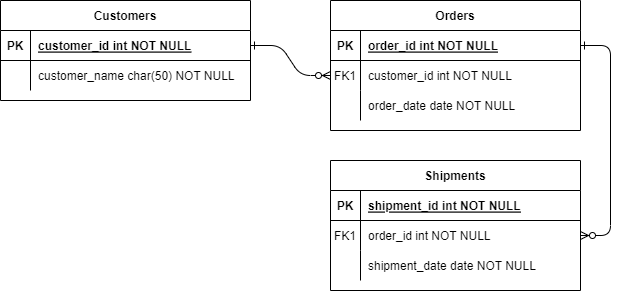
Earlier version of the draw.io export test Diagram.drawio.png (shenyuedong/chapter1). Source tidied: cells renumbered, new cells last; positions are measured from the earlier drawing's top-left corner, leaving out a move shared by most shapes. Source of this version:
```xml
<mxGraphModel>
  <root>
    <mxCell id="0" />
    <mxCell id="1" parent="0" />
    <mxCell id="2" style="edgeStyle=entityRelationEdgeStyle;endArrow=ERzeroToMany;startArrow=ERone;endFill=1;startFill=0;" parent="1" edge="1" source="25" target="8">
      <mxGeometry relative="1" as="geometry" />
    </mxCell>
    <mxCell id="3" style="edgeStyle=entityRelationEdgeStyle;endArrow=ERzeroToMany;startArrow=ERone;endFill=1;startFill=0;" parent="1" edge="1" source="5" target="18">
      <mxGeometry relative="1" as="geometry" />
    </mxCell>
    <mxCell id="4" value="Orders" style="shape=table;startSize=30;rowLines=0;fontStyle=1;align=center;" parent="1" vertex="1">
      <mxGeometry x="330" width="250" height="130" as="geometry" />
    </mxCell>
    <mxCell id="5" style="shape=partialRectangle;fillColor=none;points=[[0,0.5],[1,0.5]];portConstraint=eastwest;top=0;left=0;right=0;bottom=1;" parent="4" vertex="1">
      <mxGeometry y="30" width="250" height="30" as="geometry" />
    </mxCell>
    <mxCell id="6" value="PK" style="shape=partialRectangle;overflow=hidden;fillColor=none;top=0;left=0;bottom=0;right=0;fontStyle=1;" parent="5" vertex="1">
      <mxGeometry width="30" height="30" as="geometry" />
    </mxCell>
    <mxCell id="7" value="order_id int NOT NULL " style="shape=partialRectangle;overflow=hidden;fillColor=none;top=0;left=0;bottom=0;right=0;align=left;spacingLeft=6;fontStyle=5;" parent="5" vertex="1">
      <mxGeometry x="30" width="220" height="30" as="geometry" />
    </mxCell>
    <mxCell id="8" style="shape=partialRectangle;fillColor=none;points=[[0,0.5],[1,0.5]];portConstraint=eastwest;top=0;left=0;right=0;bottom=0;" parent="4" vertex="1">
      <mxGeometry y="60" width="250" height="30" as="geometry" />
    </mxCell>
    <mxCell id="9" value="FK1" style="shape=partialRectangle;overflow=hidden;fillColor=none;top=0;left=0;bottom=0;right=0;" parent="8" vertex="1">
      <mxGeometry width="30" height="30" as="geometry" />
    </mxCell>
    <mxCell id="10" value="customer_id int NOT NULL" style="shape=partialRectangle;overflow=hidden;fillColor=none;top=0;left=0;bottom=0;right=0;align=left;spacingLeft=6;" parent="8" vertex="1">
      <mxGeometry x="30" width="220" height="30" as="geometry" />
    </mxCell>
    <mxCell id="11" style="shape=partialRectangle;fillColor=none;points=[[0,0.5],[1,0.5]];portConstraint=eastwest;top=0;left=0;right=0;bottom=0;" parent="4" vertex="1">
      <mxGeometry y="90" width="250" height="30" as="geometry" />
    </mxCell>
    <mxCell id="12" style="shape=partialRectangle;overflow=hidden;fillColor=none;top=0;left=0;bottom=0;right=0;" parent="11" vertex="1">
      <mxGeometry width="30" height="30" as="geometry" />
    </mxCell>
    <mxCell id="13" value="order_date date NOT NULL" style="shape=partialRectangle;overflow=hidden;fillColor=none;top=0;left=0;bottom=0;right=0;align=left;spacingLeft=6;" parent="11" vertex="1">
      <mxGeometry x="30" width="220" height="30" as="geometry" />
    </mxCell>
    <mxCell id="14" value="Shipments" style="shape=table;startSize=30;rowLines=0;fontStyle=1;align=center;" parent="1" vertex="1">
      <mxGeometry x="330" y="160" width="250" height="130" as="geometry" />
    </mxCell>
    <mxCell id="15" style="shape=partialRectangle;fillColor=none;top=0;left=0;right=0;bottom=1;" parent="14" vertex="1">
      <mxGeometry y="30" width="250" height="30" as="geometry" />
    </mxCell>
    <mxCell id="16" value="PK" style="shape=partialRectangle;overflow=hidden;fillColor=none;top=0;left=0;bottom=0;right=0;fontStyle=1;" parent="15" vertex="1">
      <mxGeometry width="30" height="30" as="geometry" />
    </mxCell>
    <mxCell id="17" value="shipment_id int NOT NULL " style="shape=partialRectangle;overflow=hidden;fillColor=none;top=0;left=0;bottom=0;right=0;align=left;spacingLeft=6;fontStyle=5;" parent="15" vertex="1">
      <mxGeometry x="30" width="220" height="30" as="geometry" />
    </mxCell>
    <mxCell id="18" style="shape=partialRectangle;fillColor=none;points=[[0,0.5],[1,0.5]];portConstraint=eastwest;top=0;left=0;right=0;bottom=0;" parent="14" vertex="1">
      <mxGeometry y="60" width="250" height="30" as="geometry" />
    </mxCell>
    <mxCell id="19" value="FK1" style="shape=partialRectangle;overflow=hidden;fillColor=none;top=0;left=0;bottom=0;right=0;" parent="18" vertex="1">
      <mxGeometry width="30" height="30" as="geometry" />
    </mxCell>
    <mxCell id="20" value="order_id int NOT NULL" style="shape=partialRectangle;overflow=hidden;fillColor=none;top=0;left=0;bottom=0;right=0;align=left;spacingLeft=6;" parent="18" vertex="1">
      <mxGeometry x="30" width="220" height="30" as="geometry" />
    </mxCell>
    <mxCell id="21" style="shape=partialRectangle;fillColor=none;top=0;left=0;right=0;bottom=0;" parent="14" vertex="1">
      <mxGeometry y="90" width="250" height="30" as="geometry" />
    </mxCell>
    <mxCell id="22" style="shape=partialRectangle;overflow=hidden;fillColor=none;top=0;left=0;bottom=0;right=0;" parent="21" vertex="1">
      <mxGeometry width="30" height="30" as="geometry" />
    </mxCell>
    <mxCell id="23" value="shipment_date date NOT NULL" style="shape=partialRectangle;overflow=hidden;fillColor=none;top=0;left=0;bottom=0;right=0;align=left;spacingLeft=6;" parent="21" vertex="1">
      <mxGeometry x="30" width="220" height="30" as="geometry" />
    </mxCell>
    <mxCell id="24" value="Customers" style="shape=table;startSize=30;rowLines=0;fontStyle=1;align=center;" parent="1" vertex="1">
      <mxGeometry width="250" height="100" as="geometry" />
    </mxCell>
    <mxCell id="25" style="shape=partialRectangle;fillColor=none;points=[[0,0.5],[1,0.5]];portConstraint=eastwest;top=0;left=0;right=0;bottom=1;" parent="24" vertex="1">
      <mxGeometry y="30" width="250" height="30" as="geometry" />
    </mxCell>
    <mxCell id="26" value="PK" style="shape=partialRectangle;overflow=hidden;fillColor=none;top=0;left=0;bottom=0;right=0;fontStyle=1;" parent="25" vertex="1">
      <mxGeometry width="30" height="30" as="geometry" />
    </mxCell>
    <mxCell id="27" value="customer_id int NOT NULL " style="shape=partialRectangle;overflow=hidden;fillColor=none;top=0;left=0;bottom=0;right=0;align=left;spacingLeft=6;fontStyle=5;" parent="25" vertex="1">
      <mxGeometry x="30" width="220" height="30" as="geometry" />
    </mxCell>
    <mxCell id="28" style="shape=partialRectangle;fillColor=none;points=[[0,0.5],[1,0.5]];portConstraint=eastwest;top=0;left=0;right=0;bottom=0;" parent="24" vertex="1">
      <mxGeometry y="60" width="250" height="30" as="geometry" />
    </mxCell>
    <mxCell id="29" style="shape=partialRectangle;overflow=hidden;fillColor=none;top=0;left=0;bottom=0;right=0;" parent="28" vertex="1">
      <mxGeometry width="30" height="30" as="geometry" />
    </mxCell>
    <mxCell id="30" value="customer_name char(50) NOT NULL" style="shape=partialRectangle;overflow=hidden;fillColor=none;top=0;left=0;bottom=0;right=0;align=left;spacingLeft=6;" parent="28" vertex="1">
      <mxGeometry x="30" width="220" height="30" as="geometry" />
    </mxCell>
  </root>
</mxGraphModel>
```
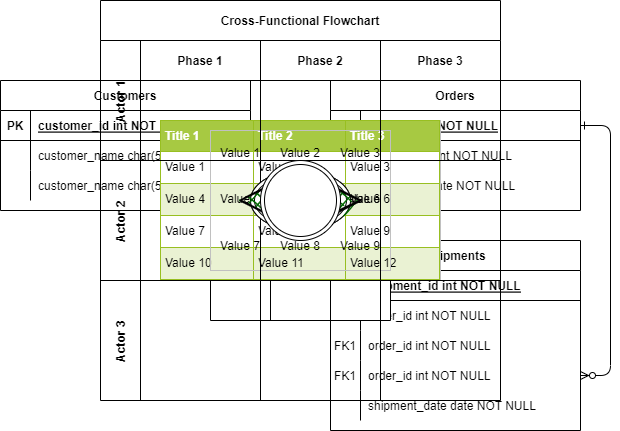
Later version of the same file.

The edit, as a diff of the source:
```diff
@@ -39,7 +39,7 @@
       <mxGeometry x="30" width="220" height="30" as="geometry" />
     </mxCell>
     <mxCell id="14" value="Shipments" style="shape=table;startSize=30;rowLines=0;fontStyle=1;align=center;" parent="1" vertex="1">
-      <mxGeometry x="330" y="160" width="250" height="130" as="geometry" />
+      <mxGeometry x="330" y="160" width="250" height="190" as="geometry" />
     </mxCell>
     <mxCell id="15" style="shape=partialRectangle;fillColor=none;top=0;left=0;right=0;bottom=1;" parent="14" vertex="1">
       <mxGeometry y="30" width="250" height="30" as="geometry" />
@@ -50,8 +50,26 @@
     <mxCell id="17" value="shipment_id int NOT NULL " style="shape=partialRectangle;overflow=hidden;fillColor=none;top=0;left=0;bottom=0;right=0;align=left;spacingLeft=6;fontStyle=5;" parent="15" vertex="1">
       <mxGeometry x="30" width="220" height="30" as="geometry" />
     </mxCell>
+    <mxCell id="31" style="shape=partialRectangle;fillColor=none;top=0;left=0;right=0;bottom=0;" parent="14" vertex="1">
+      <mxGeometry y="60" width="250" height="30" as="geometry" />
+    </mxCell>
+    <mxCell id="32" value="FK1" style="shape=partialRectangle;overflow=hidden;fillColor=none;top=0;left=0;bottom=0;right=0;" parent="31" vertex="1">
+      <mxGeometry width="30" height="30" as="geometry" />
+    </mxCell>
+    <mxCell id="33" value="order_id int NOT NULL" style="shape=partialRectangle;overflow=hidden;fillColor=none;top=0;left=0;bottom=0;right=0;align=left;spacingLeft=6;" parent="31" vertex="1">
+      <mxGeometry x="30" width="220" height="30" as="geometry" />
+    </mxCell>
+    <mxCell id="34" style="shape=partialRectangle;fillColor=none;top=0;left=0;right=0;bottom=0;" parent="14" vertex="1">
+      <mxGeometry y="90" width="250" height="30" as="geometry" />
+    </mxCell>
+    <mxCell id="35" value="FK1" style="shape=partialRectangle;overflow=hidden;fillColor=none;top=0;left=0;bottom=0;right=0;" parent="34" vertex="1">
+      <mxGeometry width="30" height="30" as="geometry" />
+    </mxCell>
+    <mxCell id="36" value="order_id int NOT NULL" style="shape=partialRectangle;overflow=hidden;fillColor=none;top=0;left=0;bottom=0;right=0;align=left;spacingLeft=6;" parent="34" vertex="1">
+      <mxGeometry x="30" width="220" height="30" as="geometry" />
+    </mxCell>
     <mxCell id="18" style="shape=partialRectangle;fillColor=none;points=[[0,0.5],[1,0.5]];portConstraint=eastwest;top=0;left=0;right=0;bottom=0;" parent="14" vertex="1">
-      <mxGeometry y="60" width="250" height="30" as="geometry" />
+      <mxGeometry y="120" width="250" height="30" as="geometry" />
     </mxCell>
     <mxCell id="19" value="FK1" style="shape=partialRectangle;overflow=hidden;fillColor=none;top=0;left=0;bottom=0;right=0;" parent="18" vertex="1">
       <mxGeometry width="30" height="30" as="geometry" />
@@ -60,7 +78,7 @@
       <mxGeometry x="30" width="220" height="30" as="geometry" />
     </mxCell>
     <mxCell id="21" style="shape=partialRectangle;fillColor=none;top=0;left=0;right=0;bottom=0;" parent="14" vertex="1">
-      <mxGeometry y="90" width="250" height="30" as="geometry" />
+      <mxGeometry y="150" width="250" height="30" as="geometry" />
     </mxCell>
     <mxCell id="22" style="shape=partialRectangle;overflow=hidden;fillColor=none;top=0;left=0;bottom=0;right=0;" parent="21" vertex="1">
       <mxGeometry width="30" height="30" as="geometry" />
@@ -69,7 +87,7 @@
       <mxGeometry x="30" width="220" height="30" as="geometry" />
     </mxCell>
     <mxCell id="24" value="Customers" style="shape=table;startSize=30;rowLines=0;fontStyle=1;align=center;" parent="1" vertex="1">
-      <mxGeometry width="250" height="100" as="geometry" />
+      <mxGeometry width="250" height="130" as="geometry" />
     </mxCell>
     <mxCell id="25" style="shape=partialRectangle;fillColor=none;points=[[0,0.5],[1,0.5]];portConstraint=eastwest;top=0;left=0;right=0;bottom=1;" parent="24" vertex="1">
       <mxGeometry y="30" width="250" height="30" as="geometry" />
@@ -80,8 +98,17 @@
     <mxCell id="27" value="customer_id int NOT NULL " style="shape=partialRectangle;overflow=hidden;fillColor=none;top=0;left=0;bottom=0;right=0;align=left;spacingLeft=6;fontStyle=5;" parent="25" vertex="1">
       <mxGeometry x="30" width="220" height="30" as="geometry" />
     </mxCell>
+    <mxCell id="37" style="shape=partialRectangle;fillColor=none;top=0;left=0;right=0;bottom=0;" parent="24" vertex="1">
+      <mxGeometry y="60" width="250" height="30" as="geometry" />
+    </mxCell>
+    <mxCell id="38" style="shape=partialRectangle;overflow=hidden;fillColor=none;top=0;left=0;bottom=0;right=0;" parent="37" vertex="1">
+      <mxGeometry width="30" height="30" as="geometry" />
+    </mxCell>
+    <mxCell id="39" value="customer_name char(50) NOT NULL" style="shape=partialRectangle;overflow=hidden;fillColor=none;top=0;left=0;bottom=0;right=0;align=left;spacingLeft=6;" parent="37" vertex="1">
+      <mxGeometry x="30" width="220" height="30" as="geometry" />
+    </mxCell>
     <mxCell id="28" style="shape=partialRectangle;fillColor=none;points=[[0,0.5],[1,0.5]];portConstraint=eastwest;top=0;left=0;right=0;bottom=0;" parent="24" vertex="1">
-      <mxGeometry y="60" width="250" height="30" as="geometry" />
+      <mxGeometry y="90" width="250" height="30" as="geometry" />
     </mxCell>
     <mxCell id="29" style="shape=partialRectangle;overflow=hidden;fillColor=none;top=0;left=0;bottom=0;right=0;" parent="28" vertex="1">
       <mxGeometry width="30" height="30" as="geometry" />
@@ -89,5 +116,107 @@
     <mxCell id="30" value="customer_name char(50) NOT NULL" style="shape=partialRectangle;overflow=hidden;fillColor=none;top=0;left=0;bottom=0;right=0;align=left;spacingLeft=6;" parent="28" vertex="1">
       <mxGeometry x="30" width="220" height="30" as="geometry" />
     </mxCell>
+    <mxCell id="40" style="edgeStyle=orthogonalEdgeStyle;rounded=0;jettySize=auto;html=1;" parent="1" edge="1" source="28" target="11">
+      <mxGeometry relative="1" as="geometry" />
+    </mxCell>
+    <mxCell id="41" style="shape=table;html=1;whiteSpace=wrap;startSize=0;" parent="1" vertex="1">
+      <mxGeometry x="210" y="60" width="180" height="180" as="geometry" />
+    </mxCell>
+    <mxCell id="42" style="shape=tableRow;horizontal=0;startSize=0;swimlaneHead=0;swimlaneBody=0;top=0;left=0;bottom=0;right=0;fillColor=none;" parent="41" vertex="1">
+      <mxGeometry width="180" height="100" as="geometry" />
+    </mxCell>
+    <mxCell id="43" style="shape=partialRectangle;html=1;whiteSpace=wrap;fillColor=none;top=0;left=0;bottom=0;right=0;overflow=hidden;" parent="42" vertex="1">
+      <mxGeometry width="60" height="100" as="geometry" />
+    </mxCell>
+    <mxCell id="44" style="shape=partialRectangle;html=1;whiteSpace=wrap;fillColor=none;top=0;left=0;bottom=0;right=0;overflow=hidden;" parent="42" vertex="1">
+      <mxGeometry x="60" width="60" height="100" as="geometry" />
+    </mxCell>
+    <mxCell id="45" style="shape=partialRectangle;html=1;whiteSpace=wrap;fillColor=none;top=0;left=0;bottom=0;right=0;overflow=hidden;" parent="42" vertex="1">
+      <mxGeometry x="120" width="60" height="100" as="geometry" />
+    </mxCell>
+    <mxCell id="46" style="shape=tableRow;horizontal=0;startSize=0;swimlaneHead=0;swimlaneBody=0;top=0;left=0;bottom=0;right=0;fillColor=none;" parent="41" vertex="1">
+      <mxGeometry y="100" width="180" height="40" as="geometry" />
+    </mxCell>
+    <mxCell id="47" style="shape=partialRectangle;html=1;whiteSpace=wrap;fillColor=none;top=0;left=0;bottom=0;right=0;overflow=hidden;" parent="46" vertex="1">
+      <mxGeometry width="60" height="40" as="geometry" />
+    </mxCell>
+    <mxCell id="48" style="shape=partialRectangle;html=1;whiteSpace=wrap;fillColor=none;top=0;left=0;bottom=0;right=0;overflow=hidden;" parent="46" vertex="1">
+      <mxGeometry x="60" width="60" height="40" as="geometry" />
+    </mxCell>
+    <mxCell id="49" style="shape=partialRectangle;html=1;whiteSpace=wrap;fillColor=none;top=0;left=0;bottom=0;right=0;overflow=hidden;" parent="46" vertex="1">
+      <mxGeometry x="120" width="60" height="40" as="geometry" />
+    </mxCell>
+    <mxCell id="50" style="shape=tableRow;horizontal=0;startSize=0;swimlaneHead=0;swimlaneBody=0;top=0;left=0;bottom=0;right=0;fillColor=none;" parent="41" vertex="1">
+      <mxGeometry y="140" width="180" height="40" as="geometry" />
+    </mxCell>
+    <mxCell id="51" style="shape=partialRectangle;html=1;whiteSpace=wrap;fillColor=none;top=0;left=0;bottom=0;right=0;overflow=hidden;" parent="50" vertex="1">
+      <mxGeometry width="60" height="40" as="geometry" />
+    </mxCell>
+    <mxCell id="52" style="shape=partialRectangle;html=1;whiteSpace=wrap;fillColor=none;top=0;left=0;bottom=0;right=0;overflow=hidden;" parent="50" vertex="1">
+      <mxGeometry x="60" width="60" height="40" as="geometry" />
+    </mxCell>
+    <mxCell id="53" style="shape=partialRectangle;html=1;whiteSpace=wrap;fillColor=none;top=0;left=0;bottom=0;right=0;overflow=hidden;" parent="50" vertex="1">
+      <mxGeometry x="120" width="60" height="40" as="geometry" />
+    </mxCell>
+    <mxCell id="54" value="&lt;table border=&quot;1&quot; width=&quot;100%&quot; height=&quot;100%&quot; cellpadding=&quot;4&quot; style=&quot;width:100%;height:100%;border-collapse:collapse;&quot;&gt;&lt;tr style=&quot;background-color:#A7C942;color:#ffffff;border:1px solid #98bf21;&quot;&gt;&lt;th align=&quot;left&quot;&gt;Title 1&lt;/th&gt;&lt;th align=&quot;left&quot;&gt;Title 2&lt;/th&gt;&lt;th align=&quot;left&quot;&gt;Title 3&lt;/th&gt;&lt;/tr&gt;&lt;tr style=&quot;border:1px solid #98bf21;&quot;&gt;&lt;td&gt;Value 1&lt;/td&gt;&lt;td&gt;Value 2&lt;/td&gt;&lt;td&gt;Value 3&lt;/td&gt;&lt;/tr&gt;&lt;tr style=&quot;background-color:#EAF2D3;border:1px solid #98bf21;&quot;&gt;&lt;td&gt;Value 4&lt;/td&gt;&lt;td&gt;Value 5&lt;/td&gt;&lt;td&gt;Value 6&lt;/td&gt;&lt;/tr&gt;&lt;tr style=&quot;border:1px solid #98bf21;&quot;&gt;&lt;td&gt;Value 7&lt;/td&gt;&lt;td&gt;Value 8&lt;/td&gt;&lt;td&gt;Value 9&lt;/td&gt;&lt;/tr&gt;&lt;tr style=&quot;background-color:#EAF2D3;border:1px solid #98bf21;&quot;&gt;&lt;td&gt;Value 10&lt;/td&gt;&lt;td&gt;Value 11&lt;/td&gt;&lt;td&gt;Value 12&lt;/td&gt;&lt;/tr&gt;&lt;/table&gt;" style="text;html=1;strokeColor=#c0c0c0;fillColor=#ffffff;overflow=fill;rounded=0;" parent="1" vertex="1">
+      <mxGeometry x="160" y="40" width="280" height="160" as="geometry" />
+    </mxCell>
+    <mxCell id="55" value="&lt;table border=&quot;0&quot; width=&quot;100%&quot; height=&quot;100%&quot; style=&quot;width:100%;height:100%;border-collapse:collapse;&quot;&gt;&lt;tr&gt;&lt;td align=&quot;center&quot;&gt;Value 1&lt;/td&gt;&lt;td align=&quot;center&quot;&gt;Value 2&lt;/td&gt;&lt;td align=&quot;center&quot;&gt;Value 3&lt;/td&gt;&lt;/tr&gt;&lt;tr&gt;&lt;td align=&quot;center&quot;&gt;Value 4&lt;/td&gt;&lt;td align=&quot;center&quot;&gt;Value 5&lt;/td&gt;&lt;td align=&quot;center&quot;&gt;Value 6&lt;/td&gt;&lt;/tr&gt;&lt;tr&gt;&lt;td align=&quot;center&quot;&gt;Value 7&lt;/td&gt;&lt;td align=&quot;center&quot;&gt;Value 8&lt;/td&gt;&lt;td align=&quot;center&quot;&gt;Value 9&lt;/td&gt;&lt;/tr&gt;&lt;/table&gt;" style="text;html=1;strokeColor=#c0c0c0;fillColor=none;overflow=fill;" parent="1" vertex="1">
+      <mxGeometry x="210" y="50" width="180" height="140" as="geometry" />
+    </mxCell>
+    <mxCell id="56" value="Cross-Functional Flowchart" style="shape=table;startSize=40;fontStyle=1;" parent="1" vertex="1">
+      <mxGeometry x="100" y="-80" width="400" height="400" as="geometry" />
+    </mxCell>
+    <mxCell id="57" value="Actor 1" style="shape=tableRow;horizontal=0;startSize=40;swimlaneHead=0;swimlaneBody=0;top=0;left=0;bottom=0;right=0;fillColor=none;fontStyle=1;" parent="56" vertex="1">
+      <mxGeometry y="40" width="400" height="120" as="geometry" />
+    </mxCell>
+    <mxCell id="58" value="Phase 1" style="swimlane;swimlaneHead=0;swimlaneBody=0;fontStyle=0;fillColor=none;startSize=40;fontStyle=1;" parent="57" vertex="1">
+      <mxGeometry x="40" width="120" height="120" as="geometry" />
+    </mxCell>
+    <mxCell id="59" value="Phase 2" style="swimlane;swimlaneHead=0;swimlaneBody=0;fontStyle=0;fillColor=none;startSize=40;fontStyle=1;" parent="57" vertex="1">
+      <mxGeometry x="160" width="120" height="120" as="geometry" />
+    </mxCell>
+    <mxCell id="60" value="Phase 3" style="swimlane;swimlaneHead=0;swimlaneBody=0;fontStyle=0;fillColor=none;startSize=40;fontStyle=1;" parent="57" vertex="1">
+      <mxGeometry x="280" width="120" height="120" as="geometry" />
+    </mxCell>
+    <mxCell id="61" value="Actor 2" style="shape=tableRow;horizontal=0;startSize=40;swimlaneHead=0;swimlaneBody=0;top=0;left=0;bottom=0;right=0;fillColor=none;fontStyle=1;" parent="56" vertex="1">
+      <mxGeometry y="160" width="400" height="120" as="geometry" />
+    </mxCell>
+    <mxCell id="62" style="swimlane;swimlaneHead=0;swimlaneBody=0;fontStyle=0;fillColor=none;startSize=0;fontStyle=1;" parent="61" vertex="1">
+      <mxGeometry x="40" width="120" height="120" as="geometry" />
+    </mxCell>
+    <mxCell id="63" style="swimlane;swimlaneHead=0;swimlaneBody=0;fontStyle=0;fillColor=none;startSize=0;fontStyle=1;" parent="61" vertex="1">
+      <mxGeometry x="160" width="120" height="120" as="geometry" />
+    </mxCell>
+    <mxCell id="64" style="swimlane;swimlaneHead=0;swimlaneBody=0;fontStyle=0;fillColor=none;startSize=0;fontStyle=1;" parent="61" vertex="1">
+      <mxGeometry x="280" width="120" height="120" as="geometry" />
+    </mxCell>
+    <mxCell id="65" value="Actor 3" style="shape=tableRow;horizontal=0;startSize=40;swimlaneHead=0;swimlaneBody=0;top=0;left=0;bottom=0;right=0;fillColor=none;fontStyle=1;" parent="56" vertex="1">
+      <mxGeometry y="280" width="400" height="120" as="geometry" />
+    </mxCell>
+    <mxCell id="66" style="swimlane;swimlaneHead=0;swimlaneBody=0;fontStyle=0;fillColor=none;startSize=0;fontStyle=1;" parent="65" vertex="1">
+      <mxGeometry x="40" width="120" height="120" as="geometry" />
+    </mxCell>
+    <mxCell id="67" style="swimlane;swimlaneHead=0;swimlaneBody=0;fontStyle=0;fillColor=none;startSize=0;fontStyle=1;" parent="65" vertex="1">
+      <mxGeometry x="160" width="120" height="120" as="geometry" />
+    </mxCell>
+    <mxCell id="68" style="swimlane;swimlaneHead=0;swimlaneBody=0;fontStyle=0;fillColor=none;startSize=0;fontStyle=1;" parent="65" vertex="1">
+      <mxGeometry x="280" width="120" height="120" as="geometry" />
+    </mxCell>
+    <mxCell id="69" value="Link" style="text;html=1;strokeColor=none;fillColor=none;whiteSpace=wrap;align=center;verticalAlign=middle;fontColor=#0000EE;fontStyle=4;" parent="1" vertex="1">
+      <mxGeometry x="270" y="100" width="60" height="40" as="geometry" />
+    </mxCell>
+    <mxCell id="70" style="ellipse;shape=doubleEllipse;whiteSpace=wrap;html=1;" parent="1" vertex="1">
+      <mxGeometry x="250" y="90" width="100" height="60" as="geometry" />
+    </mxCell>
+    <mxCell id="71" style="ellipse;shape=doubleEllipse;whiteSpace=wrap;html=1;" parent="1" vertex="1">
+      <mxGeometry x="250" y="90" width="100" height="60" as="geometry" />
+    </mxCell>
+    <mxCell id="72" style="rhombus;whiteSpace=wrap;html=1;strokeWidth=2;fillWeight=-1;hachureGap=8;fillStyle=cross-hatch;fillColor=#006600;sketch=1;" parent="1" vertex="1">
+      <mxGeometry x="240" y="90" width="120" height="60" as="geometry" />
+    </mxCell>
+    <mxCell id="73" style="ellipse;shape=doubleEllipse;whiteSpace=wrap;html=1;" parent="1" vertex="1">
+      <mxGeometry x="260" y="80" width="80" height="80" as="geometry" />
+    </mxCell>
   </root>
 </mxGraphModel>
```
